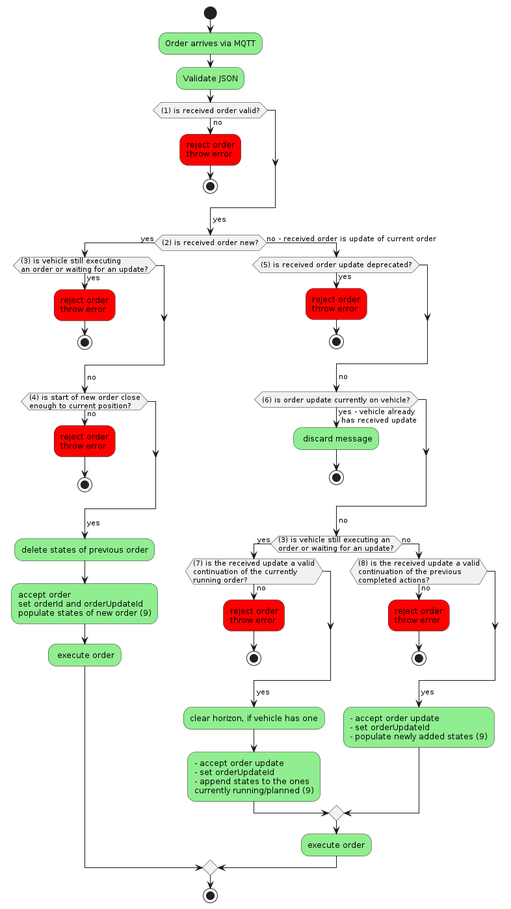
Earlier version of the PlantUML export assets/Figure8.png (VDA5050/VDA5050).
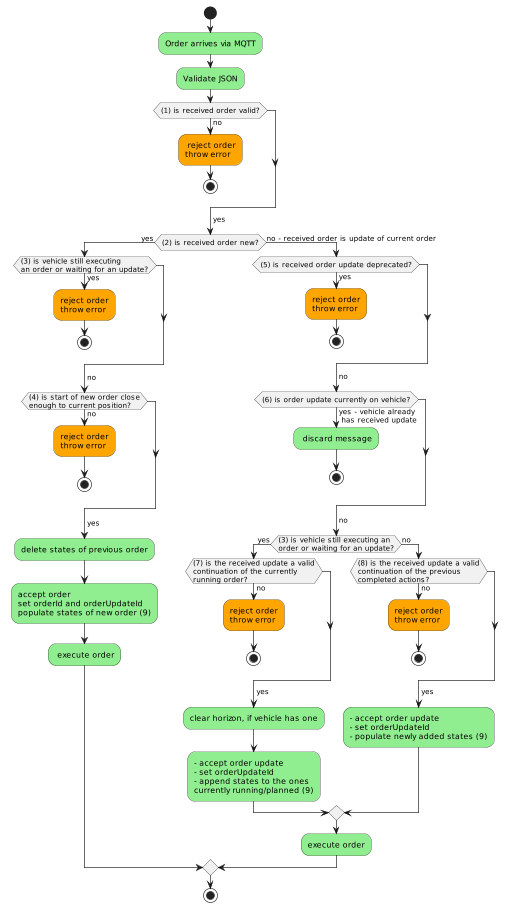
The same file after the commit.

The edit, as a diff of the source:
```diff
@@ -1,21 +1,22 @@
 @startuml
+scale 0.65
 start
 #lightgreen:Order arrives via MQTT;
 #lightgreen:Validate JSON;
 if ((1) is received order valid?) then (no)
-    #red:reject order
+    #orange: reject order
     throw error;
     stop
 endif
 ->yes;
     if ((2) is received order new?) then (yes)
         if ((3) is vehicle still executing\nan order or waiting for an update?) then (yes)
-        #red:reject order\nthrow error;
+        #orange:reject order\nthrow error;
          stop
        endif
        ->no;
             if ((4) is start of new order close\nenough to current position?) then (no)
-                #red:reject order\nthrow error;
+                #orange:reject order\nthrow error;
                 stop
             endif
             ->yes;
@@ -24,7 +25,7 @@
           #lightgreen: execute order;
      else (no - received order is update of current order)
         if ((5) is received order update deprecated?) then (yes)
-            #red:reject order\nthrow error;
+            #orange:reject order\nthrow error;
             stop
         endif
         ->no;
@@ -35,7 +36,7 @@
             ->no;
                 if ((3) is vehicle still executing an\norder or waiting for an update?) then (yes)
                     if ((7) is the received update a valid\ncontinuation of the currently\nrunning order?) then (no)
-                      #red:reject order\nthrow error;
+                      #orange:reject order\nthrow error;
                       stop
                     endif
                     ->yes;
@@ -43,7 +44,7 @@
                         #lightgreen:- accept order update\n- set orderUpdateId\n- append states to the ones\ncurrently running/planned (9);
                 else (no)
                     if ((8) is the received update a valid\ncontinuation of the previous\ncompleted actions?) then (no)
-                        #red:reject order\nthrow error;
+                        #orange:reject order\nthrow error;
                         stop;
                     endif
                     ->yes;
```
